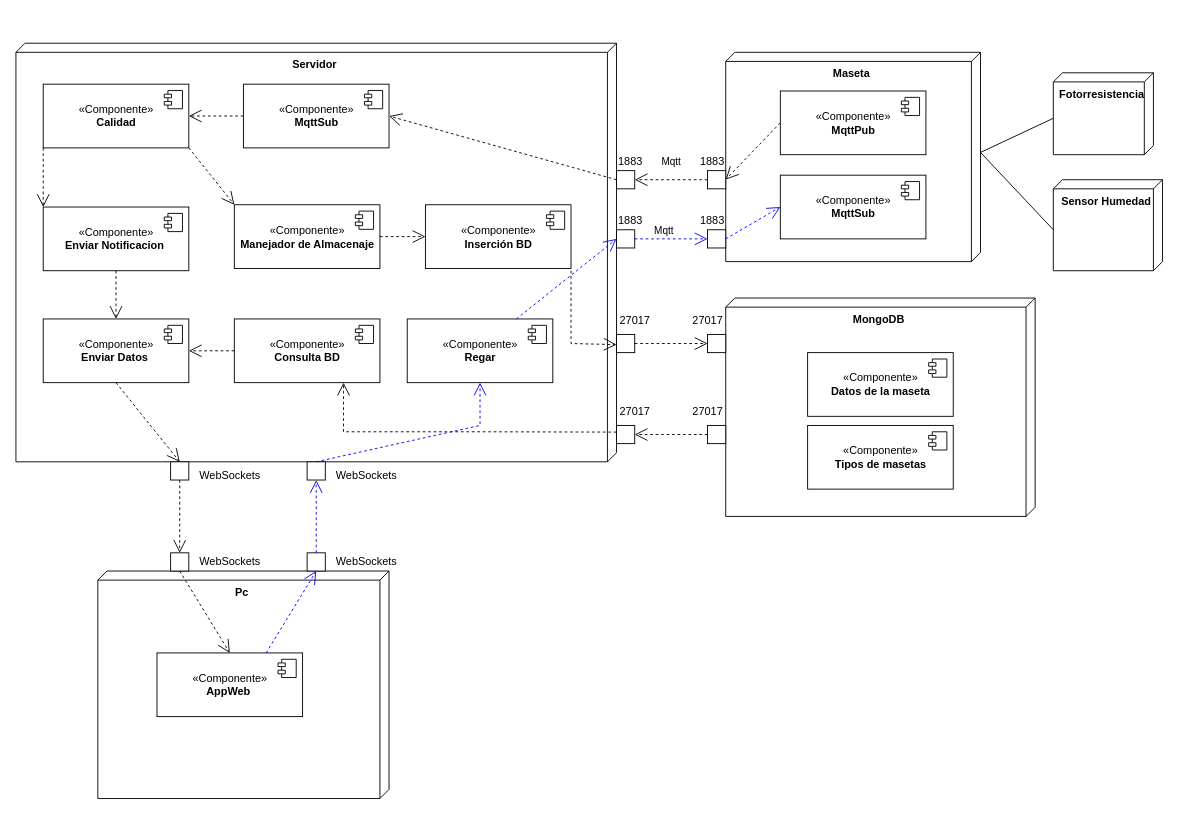
This is despliegue.drawio from Wicho90/Diagramas, a draw.io file, before an edit. Source tidied: cells renumbered, new cells numbered last; positions are measured from the earlier drawing's top-left corner, leaving out a move shared by most shapes. Both pictures are drawn from the tidied source at 91%, with x=0, y=0 at pixel (15, 43).
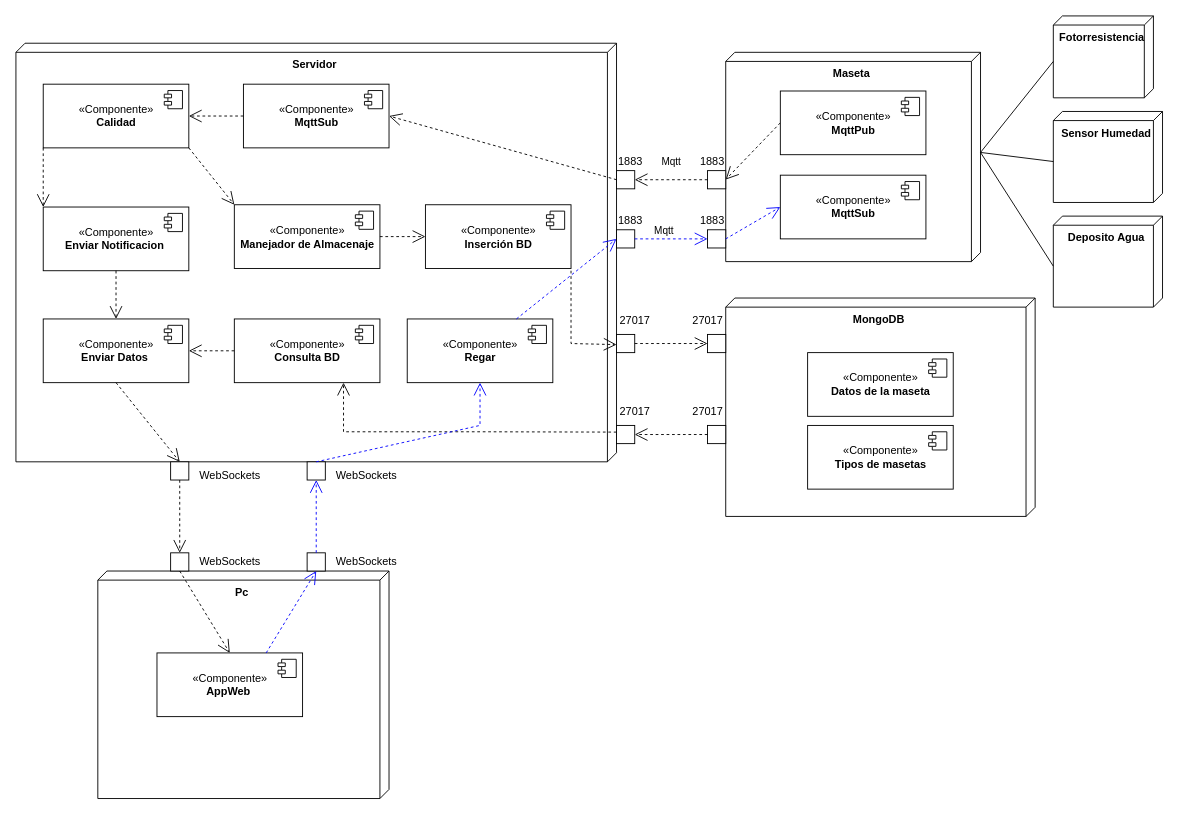
The same diagram, later.

The change refers to these unchanged cells:
```xml
<mxCell id="4" value="&lt;div style=&quot;&quot;&gt;&lt;b style=&quot;background-color: initial;&quot;&gt;Maseta&lt;/b&gt;&lt;/div&gt;" style="verticalAlign=top;align=center;shape=cube;size=10;direction=south;fontStyle=0;html=1;boundedLbl=1;spacingLeft=5;" parent="1" vertex="1">
  <mxGeometry x="780" y="10" width="280" height="230" as="geometry" />
</mxCell>
```

The edit, as a diff of the source:
```diff
@@
     <mxCell id="3" value="&lt;div style=&quot;&quot;&gt;&lt;b style=&quot;background-color: initial;&quot;&gt;Fotorresistencia&lt;/b&gt;&lt;/div&gt;" style="verticalAlign=top;align=center;shape=cube;size=10;direction=south;fontStyle=0;html=1;boundedLbl=1;spacingLeft=5;" parent="1" vertex="1">
-      <mxGeometry x="1140" y="32.5" width="110" height="90" as="geometry" />
+      <mxGeometry x="1140" y="-30" width="110" height="90" as="geometry" />
     </mxCell>
@@
     <mxCell id="58" value="&lt;div style=&quot;&quot;&gt;&lt;b style=&quot;background-color: initial;&quot;&gt;Sensor Humedad&lt;/b&gt;&lt;/div&gt;" style="verticalAlign=top;align=center;shape=cube;size=10;direction=south;fontStyle=0;html=1;boundedLbl=1;spacingLeft=5;" parent="1" vertex="1">
-      <mxGeometry x="1140" y="150" width="120" height="100" as="geometry" />
+      <mxGeometry x="1140" y="75" width="120" height="100" as="geometry" />
     </mxCell>
@@
+    <mxCell id="83" value="&lt;div style=&quot;&quot;&gt;&lt;b style=&quot;background-color: initial;&quot;&gt;Deposito Agua&lt;/b&gt;&lt;/div&gt;" style="verticalAlign=top;align=center;shape=cube;size=10;direction=south;fontStyle=0;html=1;boundedLbl=1;spacingLeft=5;" parent="1" vertex="1">
+      <mxGeometry x="1140" y="190" width="120" height="100" as="geometry" />
+    </mxCell>
+    <mxCell id="84" style="endArrow=none;html=1;rounded=0;entryX=0;entryY=0;entryDx=55;entryDy=120;entryPerimeter=0;exitX=0;exitY=0;exitDx=110;exitDy=0;exitPerimeter=0;" parent="1" edge="1" source="4" target="83">
+      <mxGeometry relative="1" as="geometry" />
+    </mxCell>
```
